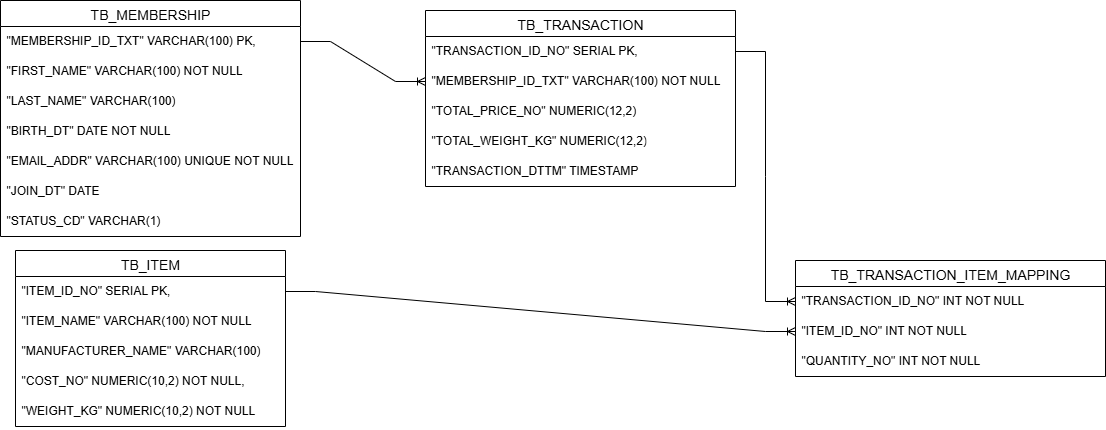
Earlier version of the draw.io export section_2/ERD.png (albertyang82/data_engineering_assessment). Source tidied: cells renumbered, new cells last; positions are measured from the earlier drawing's top-left corner, leaving out a move shared by most shapes.
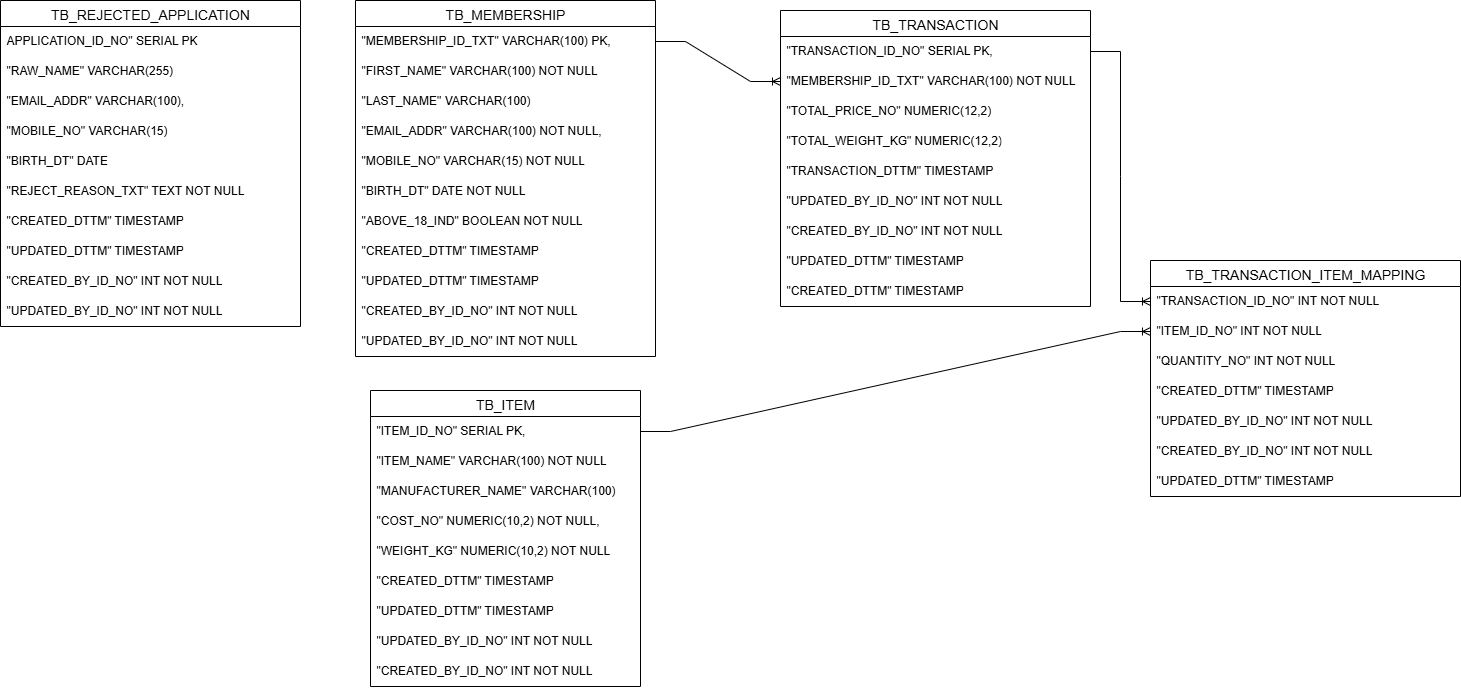
Above is the later version.

What changed in the source:
```diff
@@ -3,7 +3,7 @@
     <mxCell id="0" />
     <mxCell id="1" parent="0" />
     <mxCell id="2" value="TB_ITEM" style="swimlane;fontStyle=0;horizontal=1;startSize=26;align=center;fontSize=14;" parent="1" vertex="1">
-      <mxGeometry x="15" y="250" width="270" height="176" as="geometry" />
+      <mxGeometry x="15" y="390" width="270" height="296" as="geometry" />
     </mxCell>
     <mxCell id="3" value="&quot;ITEM_ID_NO&quot; SERIAL PK," style="text;strokeColor=none;fillColor=none;spacingLeft=4;spacingRight=4;overflow=hidden;points=[[0,0.5],[1,0.5]];portConstraint=eastwest;fontSize=12;whiteSpace=wrap;html=1;" parent="2" vertex="1">
       <mxGeometry y="26" width="270" height="30" as="geometry" />
@@ -20,8 +20,20 @@
     <mxCell id="7" value="&quot;WEIGHT_KG&quot; NUMERIC(10,2) NOT NULL" style="text;strokeColor=none;fillColor=none;spacingLeft=4;spacingRight=4;overflow=hidden;fontSize=12;whiteSpace=wrap;html=1;" parent="2" vertex="1">
       <mxGeometry y="146" width="270" height="30" as="geometry" />
     </mxCell>
+    <mxCell id="29" value="&quot;CREATED_DTTM&quot; TIMESTAMP" style="text;strokeColor=none;fillColor=none;spacingLeft=4;spacingRight=4;overflow=hidden;fontSize=12;whiteSpace=wrap;html=1;" parent="2" vertex="1">
+      <mxGeometry y="176" width="270" height="30" as="geometry" />
+    </mxCell>
+    <mxCell id="30" value="&quot;UPDATED_DTTM&quot; TIMESTAMP" style="text;strokeColor=none;fillColor=none;spacingLeft=4;spacingRight=4;overflow=hidden;fontSize=12;whiteSpace=wrap;html=1;" parent="2" vertex="1">
+      <mxGeometry y="206" width="270" height="30" as="geometry" />
+    </mxCell>
+    <mxCell id="31" value="&quot;UPDATED_BY_ID_NO&quot; INT NOT NULL" style="text;strokeColor=none;fillColor=none;spacingLeft=4;spacingRight=4;overflow=hidden;fontSize=12;whiteSpace=wrap;html=1;" parent="2" vertex="1">
+      <mxGeometry y="236" width="270" height="30" as="geometry" />
+    </mxCell>
+    <mxCell id="32" value="&quot;CREATED_BY_ID_NO&quot; INT NOT NULL" style="text;strokeColor=none;fillColor=none;spacingLeft=4;spacingRight=4;overflow=hidden;fontSize=12;whiteSpace=wrap;html=1;" parent="2" vertex="1">
+      <mxGeometry y="266" width="270" height="30" as="geometry" />
+    </mxCell>
     <mxCell id="8" value="TB_MEMBERSHIP" style="swimlane;fontStyle=0;horizontal=1;startSize=26;align=center;fontSize=14;" parent="1" vertex="1">
-      <mxGeometry width="300" height="236" as="geometry" />
+      <mxGeometry width="300" height="356" as="geometry" />
     </mxCell>
     <mxCell id="9" value="&quot;MEMBERSHIP_ID_TXT&quot; VARCHAR(100) PK," style="text;strokeColor=none;fillColor=none;spacingLeft=4;spacingRight=4;overflow=hidden;points=[[0,0.5],[1,0.5]];portConstraint=eastwest;fontSize=12;whiteSpace=wrap;html=1;" parent="8" vertex="1">
       <mxGeometry y="26" width="300" height="30" as="geometry" />
@@ -32,20 +44,32 @@
     <mxCell id="11" value="&quot;LAST_NAME&quot; VARCHAR(100)" style="text;strokeColor=none;fillColor=none;spacingLeft=4;spacingRight=4;overflow=hidden;fontSize=12;whiteSpace=wrap;html=1;" parent="8" vertex="1">
       <mxGeometry y="86" width="300" height="30" as="geometry" />
     </mxCell>
+    <mxCell id="33" value="&quot;EMAIL_ADDR&quot; VARCHAR(100) NOT NULL," style="text;strokeColor=none;fillColor=none;spacingLeft=4;spacingRight=4;overflow=hidden;fontSize=12;whiteSpace=wrap;html=1;" parent="8" vertex="1">
+      <mxGeometry y="116" width="300" height="30" as="geometry" />
+    </mxCell>
+    <mxCell id="13" value="&quot;MOBILE_NO&quot; VARCHAR(15) NOT NULL" style="text;strokeColor=none;fillColor=none;spacingLeft=4;spacingRight=4;overflow=hidden;fontSize=12;whiteSpace=wrap;html=1;" parent="8" vertex="1">
+      <mxGeometry y="146" width="300" height="30" as="geometry" />
+    </mxCell>
     <mxCell id="12" value="&quot;BIRTH_DT&quot; DATE NOT NULL" style="text;strokeColor=none;fillColor=none;spacingLeft=4;spacingRight=4;overflow=hidden;fontSize=12;whiteSpace=wrap;html=1;" parent="8" vertex="1">
-      <mxGeometry y="116" width="300" height="30" as="geometry" />
+      <mxGeometry y="176" width="300" height="30" as="geometry" />
     </mxCell>
-    <mxCell id="13" value="&quot;EMAIL_ADDR&quot; VARCHAR(100) UNIQUE NOT NULL" style="text;strokeColor=none;fillColor=none;spacingLeft=4;spacingRight=4;overflow=hidden;fontSize=12;whiteSpace=wrap;html=1;" parent="8" vertex="1">
-      <mxGeometry y="146" width="300" height="30" as="geometry" />
-    </mxCell>
-    <mxCell id="14" value="&quot;JOIN_DT&quot; DATE&amp;nbsp;" style="text;strokeColor=none;fillColor=none;spacingLeft=4;spacingRight=4;overflow=hidden;fontSize=12;whiteSpace=wrap;html=1;" parent="8" vertex="1">
-      <mxGeometry y="176" width="300" height="30" as="geometry" />
+    <mxCell id="14" value="&quot;ABOVE_18_IND&quot; BOOLEAN NOT NULL" style="text;strokeColor=none;fillColor=none;spacingLeft=4;spacingRight=4;overflow=hidden;fontSize=12;whiteSpace=wrap;html=1;" parent="8" vertex="1">
+      <mxGeometry y="206" width="300" height="30" as="geometry" />
     </mxCell>
-    <mxCell id="15" value="&quot;STATUS_CD&quot; VARCHAR(1)&amp;nbsp;" style="text;strokeColor=none;fillColor=none;spacingLeft=4;spacingRight=4;overflow=hidden;fontSize=12;whiteSpace=wrap;html=1;" parent="8" vertex="1">
-      <mxGeometry y="206" width="300" height="30" as="geometry" />
+    <mxCell id="15" value="&quot;CREATED_DTTM&quot; TIMESTAMP" style="text;strokeColor=none;fillColor=none;spacingLeft=4;spacingRight=4;overflow=hidden;fontSize=12;whiteSpace=wrap;html=1;" parent="8" vertex="1">
+      <mxGeometry y="236" width="300" height="30" as="geometry" />
     </mxCell>
+    <mxCell id="34" value="&quot;UPDATED_DTTM&quot; TIMESTAMP" style="text;strokeColor=none;fillColor=none;spacingLeft=4;spacingRight=4;overflow=hidden;fontSize=12;whiteSpace=wrap;html=1;" parent="8" vertex="1">
+      <mxGeometry y="266" width="300" height="30" as="geometry" />
+    </mxCell>
+    <mxCell id="35" value="&quot;CREATED_BY_ID_NO&quot; INT NOT NULL" style="text;strokeColor=none;fillColor=none;spacingLeft=4;spacingRight=4;overflow=hidden;fontSize=12;whiteSpace=wrap;html=1;" parent="8" vertex="1">
+      <mxGeometry y="296" width="300" height="30" as="geometry" />
+    </mxCell>
+    <mxCell id="36" value="&quot;UPDATED_BY_ID_NO&quot; INT NOT NULL" style="text;strokeColor=none;fillColor=none;spacingLeft=4;spacingRight=4;overflow=hidden;fontSize=12;whiteSpace=wrap;html=1;" parent="8" vertex="1">
+      <mxGeometry y="326" width="300" height="30" as="geometry" />
+    </mxCell>
     <mxCell id="16" value="TB_TRANSACTION" style="swimlane;fontStyle=0;horizontal=1;startSize=26;align=center;fontSize=14;" parent="1" vertex="1">
-      <mxGeometry x="425" y="10" width="310" height="176" as="geometry" />
+      <mxGeometry x="425" y="10" width="310" height="296" as="geometry" />
     </mxCell>
     <mxCell id="17" value="&quot;TRANSACTION_ID_NO&quot; SERIAL PK," style="text;strokeColor=none;fillColor=none;spacingLeft=4;spacingRight=4;overflow=hidden;points=[[0,0.5],[1,0.5]];portConstraint=eastwest;fontSize=12;whiteSpace=wrap;html=1;" parent="16" vertex="1">
       <mxGeometry y="26" width="310" height="30" as="geometry" />
@@ -62,8 +86,20 @@
     <mxCell id="21" value="&quot;TRANSACTION_DTTM&quot; TIMESTAMP&amp;nbsp;" style="text;strokeColor=none;fillColor=none;spacingLeft=4;spacingRight=4;overflow=hidden;fontSize=12;whiteSpace=wrap;html=1;" parent="16" vertex="1">
       <mxGeometry y="146" width="310" height="30" as="geometry" />
     </mxCell>
+    <mxCell id="37" value="&quot;UPDATED_BY_ID_NO&quot; INT NOT NULL" style="text;strokeColor=none;fillColor=none;spacingLeft=4;spacingRight=4;overflow=hidden;fontSize=12;whiteSpace=wrap;html=1;" parent="16" vertex="1">
+      <mxGeometry y="176" width="310" height="30" as="geometry" />
+    </mxCell>
+    <mxCell id="38" value="&quot;CREATED_BY_ID_NO&quot; INT NOT NULL" style="text;strokeColor=none;fillColor=none;spacingLeft=4;spacingRight=4;overflow=hidden;fontSize=12;whiteSpace=wrap;html=1;" parent="16" vertex="1">
+      <mxGeometry y="206" width="310" height="30" as="geometry" />
+    </mxCell>
+    <mxCell id="39" value="&quot;UPDATED_DTTM&quot; TIMESTAMP" style="text;strokeColor=none;fillColor=none;spacingLeft=4;spacingRight=4;overflow=hidden;fontSize=12;whiteSpace=wrap;html=1;" parent="16" vertex="1">
+      <mxGeometry y="236" width="310" height="30" as="geometry" />
+    </mxCell>
+    <mxCell id="40" value="&quot;CREATED_DTTM&quot; TIMESTAMP" style="text;strokeColor=none;fillColor=none;spacingLeft=4;spacingRight=4;overflow=hidden;fontSize=12;whiteSpace=wrap;html=1;" parent="16" vertex="1">
+      <mxGeometry y="266" width="310" height="30" as="geometry" />
+    </mxCell>
     <mxCell id="22" value="TB_TRANSACTION_ITEM_MAPPING" style="swimlane;fontStyle=0;horizontal=1;startSize=26;align=center;fontSize=14;" parent="1" vertex="1">
-      <mxGeometry x="795" y="260" width="310" height="116" as="geometry" />
+      <mxGeometry x="795" y="260" width="310" height="236" as="geometry" />
     </mxCell>
     <mxCell id="23" value="&quot;TRANSACTION_ID_NO&quot; INT NOT NULL" style="text;strokeColor=none;fillColor=none;spacingLeft=4;spacingRight=4;overflow=hidden;points=[[0,0.5],[1,0.5]];portConstraint=eastwest;fontSize=12;whiteSpace=wrap;html=1;" parent="22" vertex="1">
       <mxGeometry y="26" width="310" height="30" as="geometry" />
@@ -74,6 +110,18 @@
     <mxCell id="25" value="&quot;QUANTITY_NO&quot; INT NOT NULL" style="text;strokeColor=none;fillColor=none;spacingLeft=4;spacingRight=4;overflow=hidden;fontSize=12;whiteSpace=wrap;html=1;" parent="22" vertex="1">
       <mxGeometry y="86" width="310" height="30" as="geometry" />
     </mxCell>
+    <mxCell id="41" value="&quot;CREATED_DTTM&quot; TIMESTAMP" style="text;strokeColor=none;fillColor=none;spacingLeft=4;spacingRight=4;overflow=hidden;fontSize=12;whiteSpace=wrap;html=1;" parent="22" vertex="1">
+      <mxGeometry y="116" width="310" height="30" as="geometry" />
+    </mxCell>
+    <mxCell id="42" value="&quot;UPDATED_BY_ID_NO&quot; INT NOT NULL" style="text;strokeColor=none;fillColor=none;spacingLeft=4;spacingRight=4;overflow=hidden;fontSize=12;whiteSpace=wrap;html=1;" parent="22" vertex="1">
+      <mxGeometry y="146" width="310" height="30" as="geometry" />
+    </mxCell>
+    <mxCell id="43" value="&quot;CREATED_BY_ID_NO&quot; INT NOT NULL" style="text;strokeColor=none;fillColor=none;spacingLeft=4;spacingRight=4;overflow=hidden;fontSize=12;whiteSpace=wrap;html=1;" parent="22" vertex="1">
+      <mxGeometry y="176" width="310" height="30" as="geometry" />
+    </mxCell>
+    <mxCell id="44" value="&quot;UPDATED_DTTM&quot; TIMESTAMP" style="text;strokeColor=none;fillColor=none;spacingLeft=4;spacingRight=4;overflow=hidden;fontSize=12;whiteSpace=wrap;html=1;" parent="22" vertex="1">
+      <mxGeometry y="206" width="310" height="30" as="geometry" />
+    </mxCell>
     <mxCell id="26" style="edgeStyle=entityRelationEdgeStyle;fontSize=12;html=1;endArrow=ERoneToMany;rounded=0;exitX=1;exitY=0.5;exitDx=0;exitDy=0;entryX=0;entryY=0.5;entryDx=0;entryDy=0;" parent="1" edge="1" source="9" target="18">
       <mxGeometry relative="1" as="geometry" />
     </mxCell>
@@ -83,5 +131,38 @@
     <mxCell id="28" style="edgeStyle=entityRelationEdgeStyle;fontSize=12;html=1;endArrow=ERoneToMany;rounded=0;entryX=0;entryY=0.5;entryDx=0;entryDy=0;" parent="1" edge="1" source="3" target="24">
       <mxGeometry relative="1" as="geometry" />
     </mxCell>
+    <mxCell id="45" value="TB_REJECTED_APPLICATION" style="swimlane;fontStyle=0;horizontal=1;startSize=26;align=center;fontSize=14;" parent="1" vertex="1">
+      <mxGeometry x="-355" width="300" height="326" as="geometry" />
+    </mxCell>
+    <mxCell id="46" value="APPLICATION_ID_NO&quot; SERIAL PK" style="text;strokeColor=none;fillColor=none;spacingLeft=4;spacingRight=4;overflow=hidden;fontSize=12;whiteSpace=wrap;html=1;" parent="45" vertex="1">
+      <mxGeometry y="26" width="300" height="30" as="geometry" />
+    </mxCell>
+    <mxCell id="47" value="&quot;RAW_NAME&quot; VARCHAR(255)" style="text;strokeColor=none;fillColor=none;spacingLeft=4;spacingRight=4;overflow=hidden;fontSize=12;whiteSpace=wrap;html=1;" parent="45" vertex="1">
+      <mxGeometry y="56" width="300" height="30" as="geometry" />
+    </mxCell>
+    <mxCell id="48" value="&quot;EMAIL_ADDR&quot; VARCHAR(100)," style="text;strokeColor=none;fillColor=none;spacingLeft=4;spacingRight=4;overflow=hidden;fontSize=12;whiteSpace=wrap;html=1;" parent="45" vertex="1">
+      <mxGeometry y="86" width="300" height="30" as="geometry" />
+    </mxCell>
+    <mxCell id="49" value="&quot;MOBILE_NO&quot; VARCHAR(15)" style="text;strokeColor=none;fillColor=none;spacingLeft=4;spacingRight=4;overflow=hidden;fontSize=12;whiteSpace=wrap;html=1;" parent="45" vertex="1">
+      <mxGeometry y="116" width="300" height="30" as="geometry" />
+    </mxCell>
+    <mxCell id="50" value="&quot;BIRTH_DT&quot; DATE" style="text;strokeColor=none;fillColor=none;spacingLeft=4;spacingRight=4;overflow=hidden;fontSize=12;whiteSpace=wrap;html=1;" parent="45" vertex="1">
+      <mxGeometry y="146" width="300" height="30" as="geometry" />
+    </mxCell>
+    <mxCell id="51" value="&quot;REJECT_REASON_TXT&quot; TEXT NOT NULL" style="text;strokeColor=none;fillColor=none;spacingLeft=4;spacingRight=4;overflow=hidden;fontSize=12;whiteSpace=wrap;html=1;" parent="45" vertex="1">
+      <mxGeometry y="176" width="300" height="30" as="geometry" />
+    </mxCell>
+    <mxCell id="52" value="&quot;CREATED_DTTM&quot; TIMESTAMP" style="text;strokeColor=none;fillColor=none;spacingLeft=4;spacingRight=4;overflow=hidden;fontSize=12;whiteSpace=wrap;html=1;" parent="45" vertex="1">
+      <mxGeometry y="206" width="300" height="30" as="geometry" />
+    </mxCell>
+    <mxCell id="53" value="&quot;UPDATED_DTTM&quot; TIMESTAMP" style="text;strokeColor=none;fillColor=none;spacingLeft=4;spacingRight=4;overflow=hidden;fontSize=12;whiteSpace=wrap;html=1;" parent="45" vertex="1">
+      <mxGeometry y="236" width="300" height="30" as="geometry" />
+    </mxCell>
+    <mxCell id="54" value="&quot;CREATED_BY_ID_NO&quot; INT NOT NULL" style="text;strokeColor=none;fillColor=none;spacingLeft=4;spacingRight=4;overflow=hidden;fontSize=12;whiteSpace=wrap;html=1;" parent="45" vertex="1">
+      <mxGeometry y="266" width="300" height="30" as="geometry" />
+    </mxCell>
+    <mxCell id="55" value="&quot;UPDATED_BY_ID_NO&quot; INT NOT NULL" style="text;strokeColor=none;fillColor=none;spacingLeft=4;spacingRight=4;overflow=hidden;fontSize=12;whiteSpace=wrap;html=1;" parent="45" vertex="1">
+      <mxGeometry y="296" width="300" height="30" as="geometry" />
+    </mxCell>
   </root>
 </mxGraphModel>
```
